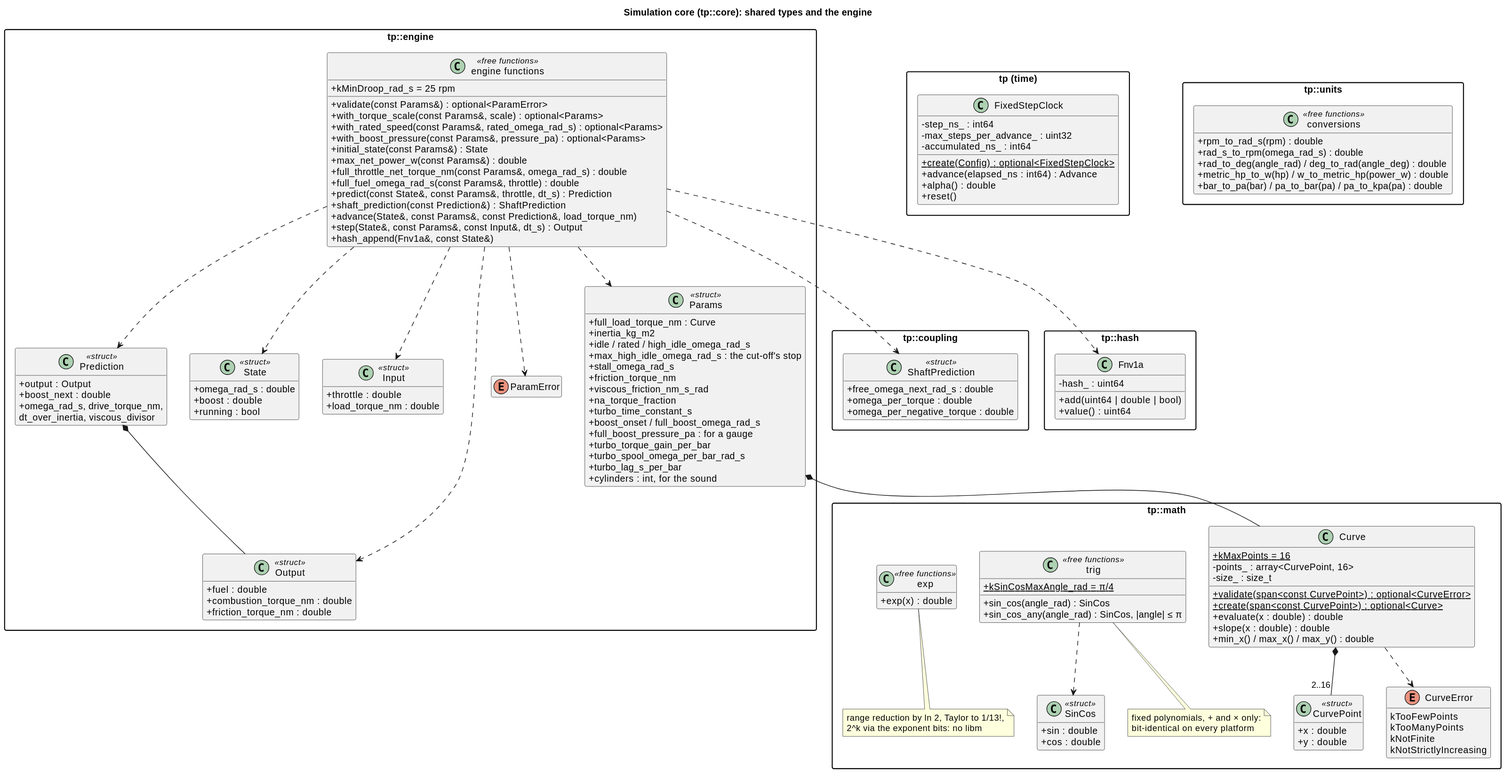
This is docs/diagrams/svg/core_classes.svg from wversteeg/TractorPulling, a PlantUML export, as it was before one commit.
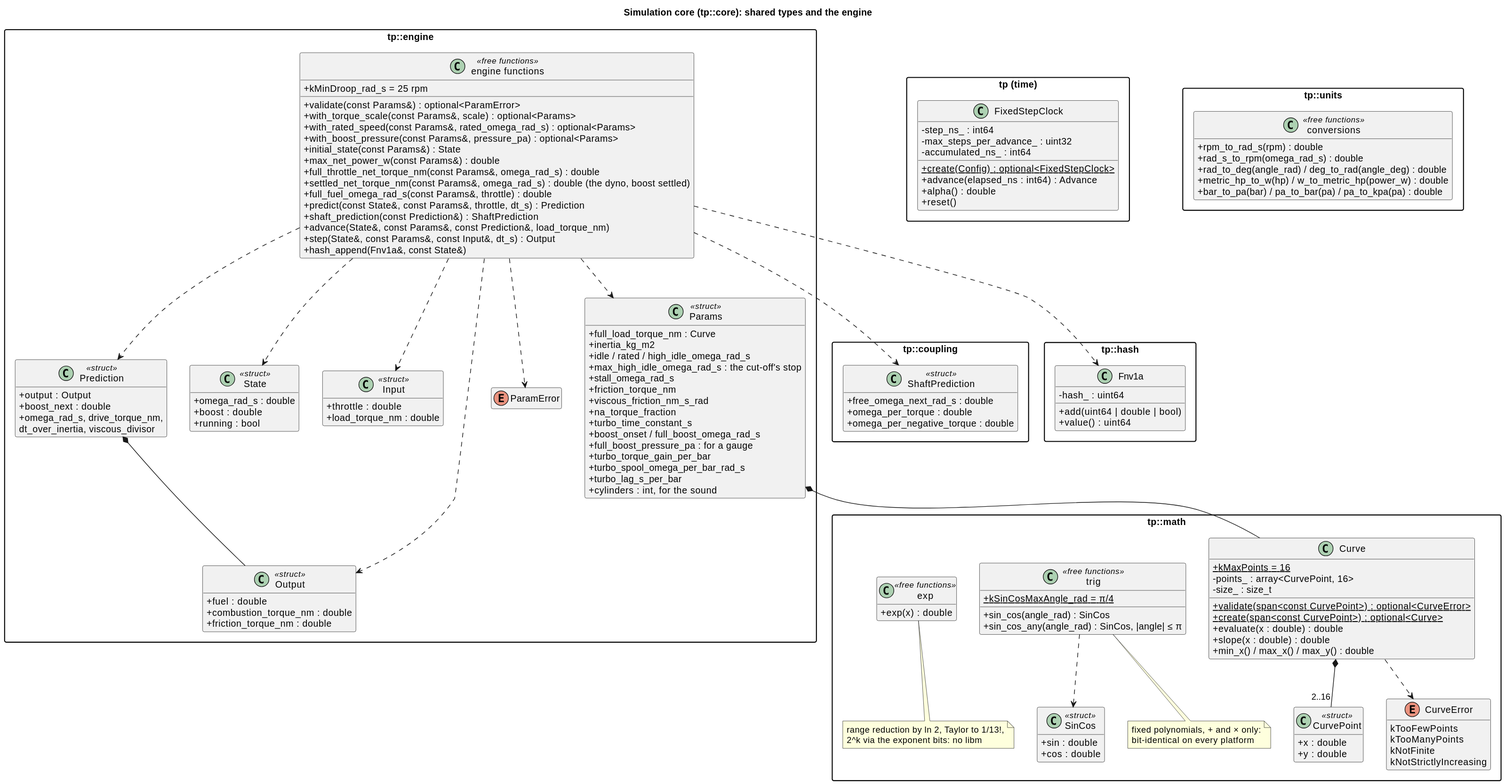
Later version of the same file.

What changed in the source:
```diff
@@ -106,6 +106,7 @@
       +initial_state(const Params&) : State
       +max_net_power_w(const Params&) : double
       +full_throttle_net_torque_nm(const Params&, omega_rad_s) : double
+      +settled_net_torque_nm(const Params&, omega_rad_s) : double (the dyno, boost settled)
       +full_fuel_omega_rad_s(const Params&, throttle) : double
       +predict(const State&, const Params&, throttle, dt_s) : Prediction
       +shaft_prediction(const Prediction&) : ShaftPrediction
```
